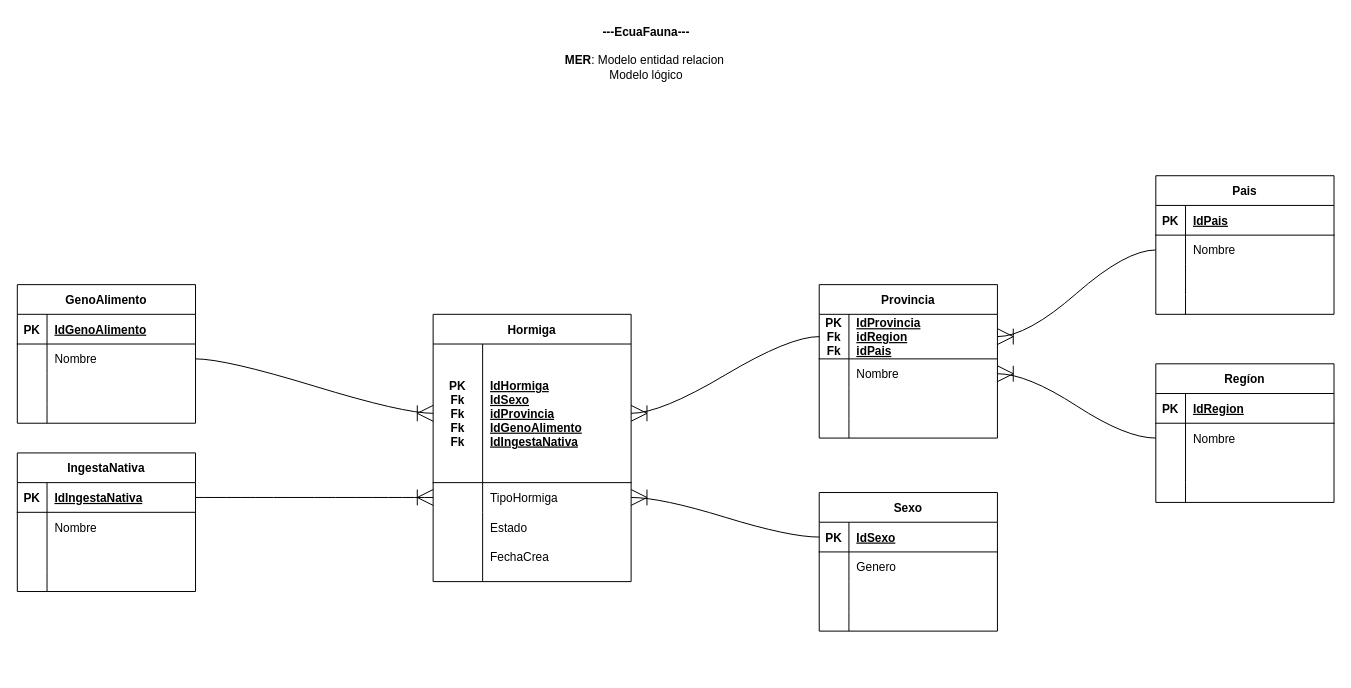
Earlier version of the draw.io diagram Exam II/Design/MER_EcuaFauna.drawio (R3LM15/ExamProgram-II). Source tidied: cells renumbered, new cells numbered last; positions are measured from the earlier drawing's top-left corner, leaving out a move shared by most shapes. Both pictures are drawn from the tidied source at 99%, with x=0, y=0 at pixel (17, 17).
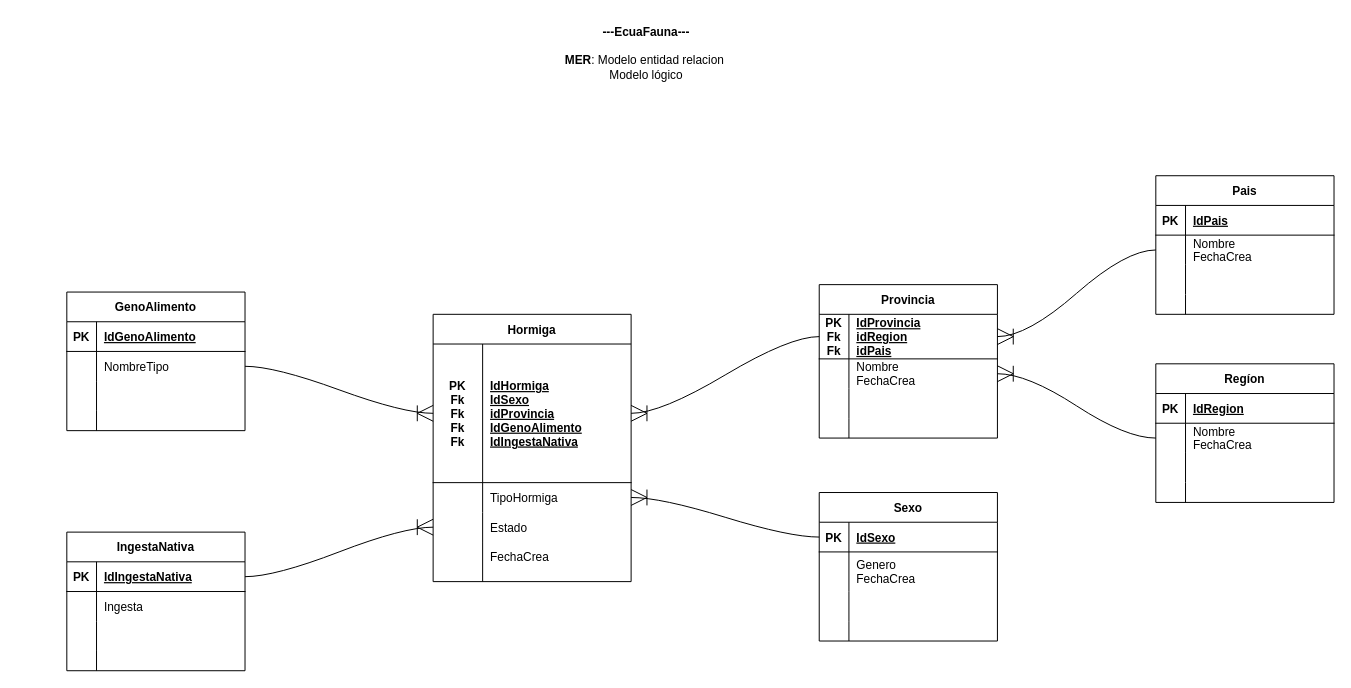
The same diagram, later.

Commit message (it also covers changes not shown here):
Base de datos tablas

The change refers to these unchanged cells:
```xml
<mxCell id="8" style="shape=tableRow;horizontal=0;startSize=0;swimlaneHead=0;swimlaneBody=0;fillColor=none;points=[[0,0.5],[1,0.5]];portConstraint=eastwest;top=0;left=0;right=0;bottom=0;" parent="4" vertex="1">
  <mxGeometry y="170" width="200" height="30" as="geometry" />
</mxCell>
<mxCell id="11" style="shape=tableRow;horizontal=0;startSize=0;swimlaneHead=0;swimlaneBody=0;fillColor=none;points=[[0,0.5],[1,0.5]];portConstraint=eastwest;top=0;left=0;right=0;bottom=0;" parent="4" vertex="1">
  <mxGeometry y="200" width="200" height="30" as="geometry" />
</mxCell>
<mxCell id="21" style="shape=tableRow;horizontal=0;startSize=0;swimlaneHead=0;swimlaneBody=0;fillColor=none;points=[[0,0.5],[1,0.5]];portConstraint=eastwest;top=0;left=0;right=0;bottom=0;" parent="17" vertex="1">
  <mxGeometry y="60" width="180" height="30" as="geometry" />
</mxCell>
<mxCell id="34" style="shape=tableRow;horizontal=0;startSize=0;swimlaneHead=0;swimlaneBody=0;fillColor=none;points=[[0,0.5],[1,0.5]];portConstraint=eastwest;top=0;left=0;right=0;bottom=0;" parent="30" vertex="1">
  <mxGeometry y="60" width="180" height="30" as="geometry" />
</mxCell>
<mxCell id="47" style="shape=tableRow;horizontal=0;startSize=0;swimlaneHead=0;swimlaneBody=0;fillColor=none;points=[[0,0.5],[1,0.5]];portConstraint=eastwest;top=0;left=0;right=0;bottom=0;" parent="43" vertex="1">
  <mxGeometry y="75" width="180" height="30" as="geometry" />
</mxCell>
<mxCell id="60" style="shape=tableRow;horizontal=0;startSize=0;swimlaneHead=0;swimlaneBody=0;fillColor=none;points=[[0,0.5],[1,0.5]];portConstraint=eastwest;top=0;left=0;right=0;bottom=0;" parent="56" vertex="1">
  <mxGeometry y="60" width="180" height="30" as="geometry" />
</mxCell>
<mxCell id="70" style="shape=tableRow;horizontal=0;startSize=0;swimlaneHead=0;swimlaneBody=0;fillColor=none;points=[[0,0.5],[1,0.5]];portConstraint=eastwest;top=0;left=0;right=0;bottom=1;" parent="69" vertex="1">
  <mxGeometry y="30" width="180" height="30" as="geometry" />
</mxCell>
<mxCell id="73" style="shape=tableRow;horizontal=0;startSize=0;swimlaneHead=0;swimlaneBody=0;fillColor=none;top=0;left=0;right=0;bottom=0;" parent="69" vertex="1">
  <mxGeometry y="60" width="180" height="30" as="geometry" />
</mxCell>
```

Change to the diagram source:
```diff
@@
-    <mxCell id="23" value="Nombre" style="shape=partialRectangle;fillColor=none;top=0;left=0;bottom=0;right=0;align=left;spacingLeft=6;overflow=hidden;" parent="21" vertex="1">
+    <mxCell id="23" value="Nombre&#10;FechaCrea" style="shape=partialRectangle;fillColor=none;top=0;left=0;bottom=0;right=0;align=left;spacingLeft=6;overflow=hidden;" parent="21" vertex="1">
       <mxGeometry x="30" width="150" height="30" as="geometry" />
     </mxCell>
@@
-    <mxCell id="36" value="Nombre" style="shape=partialRectangle;fillColor=none;top=0;left=0;bottom=0;right=0;align=left;spacingLeft=6;overflow=hidden;" parent="34" vertex="1">
+    <mxCell id="36" value="Nombre&#10;FechaCrea" style="shape=partialRectangle;fillColor=none;top=0;left=0;bottom=0;right=0;align=left;spacingLeft=6;overflow=hidden;" parent="34" vertex="1">
       <mxGeometry x="30" width="150" height="30" as="geometry" />
     </mxCell>
@@
-    <mxCell id="49" value="Nombre" style="shape=partialRectangle;fillColor=none;top=0;left=0;bottom=0;right=0;align=left;spacingLeft=6;overflow=hidden;" parent="47" vertex="1">
+    <mxCell id="49" value="Nombre&#10;FechaCrea" style="shape=partialRectangle;fillColor=none;top=0;left=0;bottom=0;right=0;align=left;spacingLeft=6;overflow=hidden;" parent="47" vertex="1">
       <mxGeometry x="30" width="150" height="30" as="geometry" />
     </mxCell>
@@
     <mxCell id="56" value="GenoAlimento" style="shape=table;startSize=30;childLayout=tableLayout;rowLines=0;fontStyle=1;align=center;" parent="1" vertex="1">
-      <mxGeometry y="270" width="180" height="140" as="geometry" />
+      <mxGeometry x="50" y="277.5" width="180" height="140" as="geometry" />
     </mxCell>
@@
-    <mxCell id="62" value="Nombre" style="shape=partialRectangle;fillColor=none;top=0;left=0;bottom=0;right=0;align=left;spacingLeft=6;overflow=hidden;" parent="60" vertex="1">
+    <mxCell id="62" value="NombreTipo" style="shape=partialRectangle;fillColor=none;top=0;left=0;bottom=0;right=0;align=left;spacingLeft=6;overflow=hidden;" parent="60" vertex="1">
       <mxGeometry x="30" width="150" height="30" as="geometry" />
     </mxCell>
@@
     <mxCell id="69" value="IngestaNativa" style="shape=table;startSize=30;childLayout=tableLayout;rowLines=0;fontStyle=1;align=center;" parent="1" vertex="1">
-      <mxGeometry y="440" width="180" height="140" as="geometry" />
+      <mxGeometry x="50" y="520" width="180" height="140" as="geometry" />
     </mxCell>
@@
-    <mxCell id="75" value="Nombre" style="shape=partialRectangle;fillColor=none;top=0;left=0;bottom=0;right=0;align=left;spacingLeft=6;overflow=hidden;" parent="73" vertex="1">
+    <mxCell id="75" value="Ingesta" style="shape=partialRectangle;fillColor=none;top=0;left=0;bottom=0;right=0;align=left;spacingLeft=6;overflow=hidden;" parent="73" vertex="1">
       <mxGeometry x="30" width="150" height="30" as="geometry" />
     </mxCell>
@@
     <mxCell id="82" value="Sexo" style="shape=table;startSize=30;childLayout=tableLayout;rowLines=0;fontStyle=1;align=center;" parent="1" vertex="1">
-      <mxGeometry x="810" y="480" width="180" height="140" as="geometry" />
+      <mxGeometry x="810" y="480" width="180" height="150" as="geometry" />
     </mxCell>
@@
     <mxCell id="86" style="shape=tableRow;horizontal=0;startSize=0;swimlaneHead=0;swimlaneBody=0;fillColor=none;top=0;left=0;right=0;bottom=0;" parent="82" vertex="1">
-      <mxGeometry y="60" width="180" height="30" as="geometry" />
+      <mxGeometry y="60" width="180" height="40" as="geometry" />
     </mxCell>
     <mxCell id="87" style="shape=partialRectangle;fillColor=none;top=0;left=0;bottom=0;right=0;overflow=hidden;" parent="86" vertex="1">
-      <mxGeometry width="30" height="30" as="geometry" />
+      <mxGeometry width="30" height="40" as="geometry" />
     </mxCell>
-    <mxCell id="88" value="Genero" style="shape=partialRectangle;fillColor=none;top=0;left=0;bottom=0;right=0;align=left;spacingLeft=6;overflow=hidden;" parent="86" vertex="1">
-      <mxGeometry x="30" width="150" height="30" as="geometry" />
+    <mxCell id="88" value="Genero&#10;FechaCrea" style="shape=partialRectangle;fillColor=none;top=0;left=0;bottom=0;right=0;align=left;spacingLeft=6;overflow=hidden;" parent="86" vertex="1">
+      <mxGeometry x="30" width="150" height="40" as="geometry" />
     </mxCell>
     <mxCell id="89" style="shape=tableRow;horizontal=0;startSize=0;swimlaneHead=0;swimlaneBody=0;fillColor=none;top=0;left=0;right=0;bottom=0;" parent="82" vertex="1">
-      <mxGeometry y="90" width="180" height="30" as="geometry" />
+      <mxGeometry y="100" width="180" height="30" as="geometry" />
     </mxCell>
@@
     <mxCell id="92" style="shape=tableRow;horizontal=0;startSize=0;swimlaneHead=0;swimlaneBody=0;fillColor=none;top=0;left=0;right=0;bottom=0;" parent="82" vertex="1">
-      <mxGeometry y="120" width="180" height="20" as="geometry" />
+      <mxGeometry y="130" width="180" height="20" as="geometry" />
     </mxCell>
@@
-    <mxCell id="100" style="edgeStyle=entityRelationEdgeStyle;fontSize=12;html=1;endArrow=ERoneToMany;rounded=0;startSize=14;endSize=14;sourcePerimeterSpacing=8;targetPerimeterSpacing=8;curved=1;entryX=0;entryY=0.5;entryDx=0;entryDy=0;exitX=1;exitY=0.5;exitDx=0;exitDy=0;" parent="1" edge="1" source="70" target="8">
+    <mxCell id="100" style="edgeStyle=entityRelationEdgeStyle;fontSize=12;html=1;endArrow=ERoneToMany;rounded=0;startSize=14;endSize=14;sourcePerimeterSpacing=8;targetPerimeterSpacing=8;curved=1;entryX=0;entryY=0.5;entryDx=0;entryDy=0;exitX=1;exitY=0.5;exitDx=0;exitDy=0;" parent="1" edge="1" source="70" target="11">
       <mxGeometry relative="1" as="geometry" />
     </mxCell>
```
